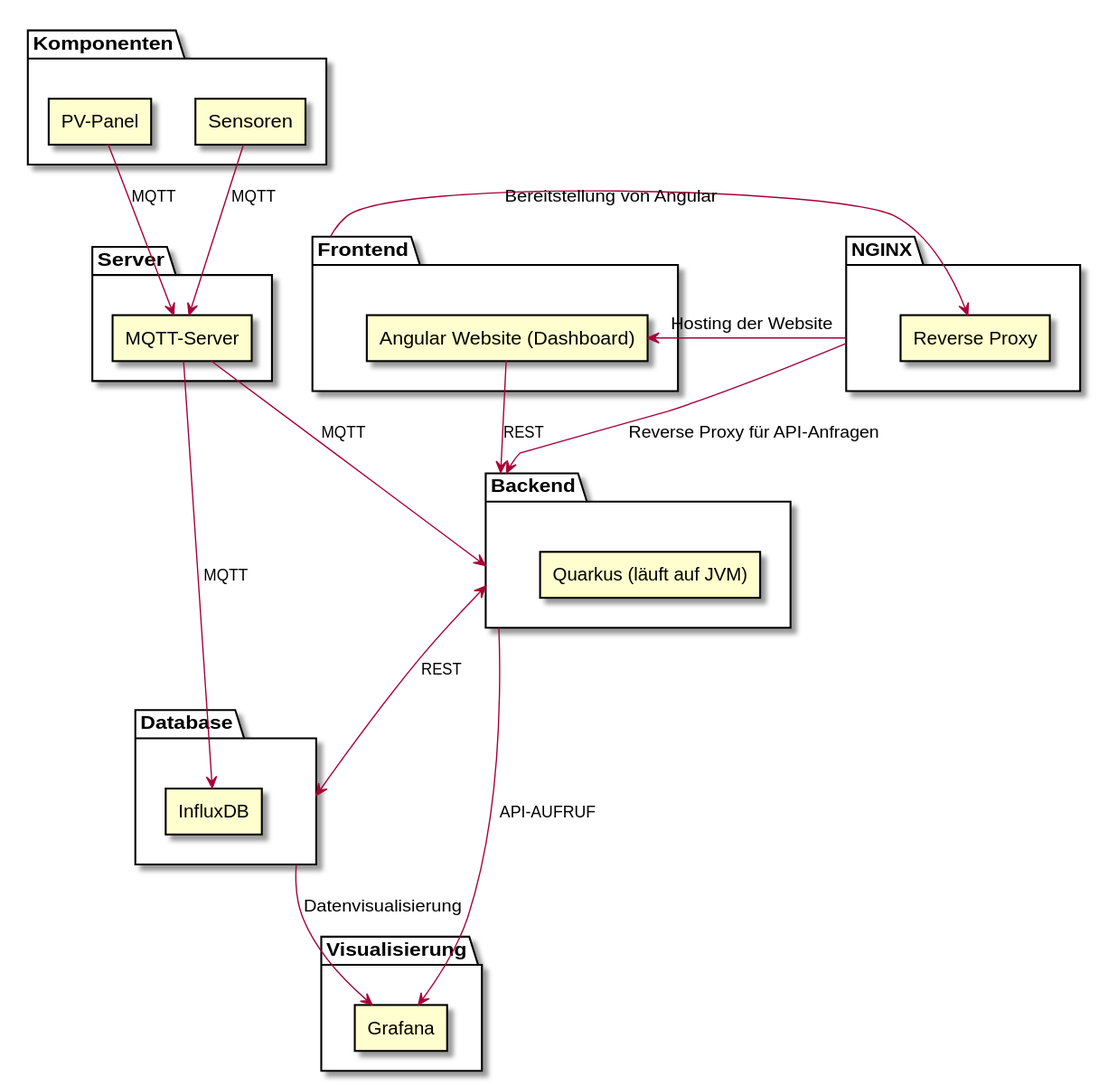
The PlantUML diagram Documentation/SystemArchitecture/diagrams/SystemArchitecture.svg in 2425-4chif-syp/01-projekte-2025-4chif-syp-pv-panels, before a commit.
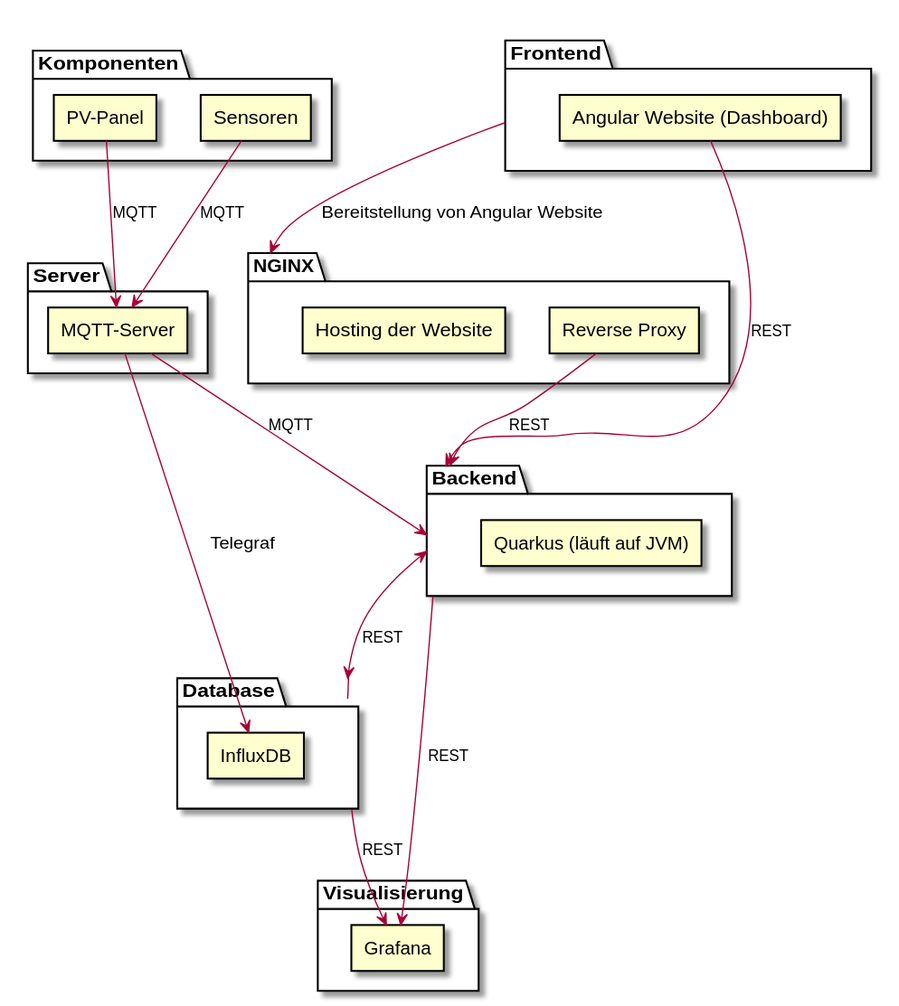
Above is the later version.

The edit, as a diff of the source:
```diff
@@ -26,19 +26,19 @@
 
 package "NGINX" as N {
     rectangle "Reverse Proxy" as NGINX
+    rectangle "Hosting der Website" as hosting
 }
 
 P --> M : MQTT
 SE --> M : MQTT
-M --> I : MQTT
+M --> I : Telegraf
 M --> B : MQTT
 B <--> D : REST
 A --> B : REST
-D --> G : Datenvisualisierung
-B --> G : API-AUFRUF
+D --> G : REST
+B --> G : REST
 
-F --> NGINX : Bereitstellung von Angular
-N --> A : Hosting der Website
-N --> B : Reverse Proxy für API-Anfragen
+F --> N : Bereitstellung von Angular Website
+NGINX --> B : REST
 
 @enduml
```
